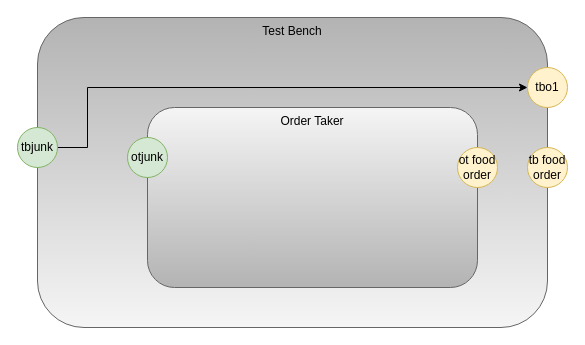
This is case3.drawio from guitarvydas/das2json, a draw.io file, before an edit. Source tidied: cells renumbered, new cells numbered last; positions are measured from the earlier drawing's top-left corner, leaving out a move shared by most shapes. Both pictures are drawn from the tidied source at 100%, with x=0, y=0 at pixel (17, 17).
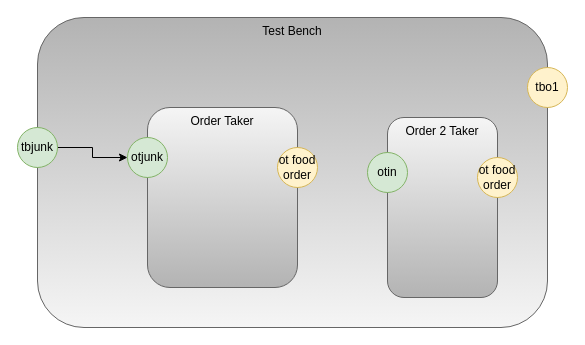
The same page after the edit.

Change to the diagram source:
```diff
@@
 <mxGraphModel>
   <root>
     <mxCell id="0" />
     <mxCell id="1" parent="0" />
     <mxCell id="2" value="Test Bench" style="rounded=1;whiteSpace=wrap;html=1;horizontal=1;verticalAlign=top;gradientColor=#b3b3b3;fillColor=#f5f5f5;strokeColor=#666666;gradientDirection=north;" parent="1" vertex="1">
       <mxGeometry x="20" width="510" height="310" as="geometry" />
     </mxCell>
     <mxCell id="3" value="Order Taker" style="rounded=1;whiteSpace=wrap;html=1;horizontal=1;verticalAlign=top;fillColor=#f5f5f5;strokeColor=#666666;gradientColor=#b3b3b3;" parent="1" vertex="1">
-      <mxGeometry x="130" y="90" width="330" height="180" as="geometry" />
+      <mxGeometry x="130" y="90" width="150" height="180" as="geometry" />
     </mxCell>
     <mxCell id="4" value="ot food order" style="ellipse;whiteSpace=wrap;html=1;fillColor=#fff2cc;strokeColor=#d6b656;" parent="1" vertex="1">
-      <mxGeometry x="440" y="130" width="40" height="40" as="geometry" />
+      <mxGeometry x="260" y="130" width="40" height="40" as="geometry" />
     </mxCell>
-    <mxCell id="5" value="tb food order" style="ellipse;whiteSpace=wrap;html=1;fillColor=#fff2cc;strokeColor=#d6b656;" parent="1" vertex="1">
-      <mxGeometry x="510" y="130" width="40" height="40" as="geometry" />
-    </mxCell>
-    <mxCell id="6" style="edgeStyle=orthogonalEdgeStyle;rounded=0;jettySize=auto;html=1;exitX=1;exitY=0.5;exitDx=0;exitDy=0;entryX=0;entryY=0.5;entryDx=0;entryDy=0;" parent="1" edge="1" source="7" target="9">
-      <mxGeometry relative="1" as="geometry">
-        <Array as="points">
-          <mxPoint x="70" y="130" />
-          <mxPoint x="70" y="70" />
-        </Array>
-      </mxGeometry>
-    </mxCell>
+    <mxCell id="10" style="edgeStyle=orthogonalEdgeStyle;rounded=0;jettySize=auto;html=1;exitX=1;exitY=0.5;exitDx=0;exitDy=0;" parent="1" edge="1" source="7" target="8">
+      <mxGeometry relative="1" as="geometry" />
+    </mxCell>
     <mxCell id="7" value="tbjunk" style="ellipse;whiteSpace=wrap;html=1;fillColor=#d5e8d4;strokeColor=#82b366;" parent="1" vertex="1">
       <mxGeometry y="110" width="40" height="40" as="geometry" />
     </mxCell>
     <mxCell id="8" value="otjunk" style="ellipse;whiteSpace=wrap;html=1;fillColor=#d5e8d4;strokeColor=#82b366;" parent="1" vertex="1">
       <mxGeometry x="110" y="120" width="40" height="40" as="geometry" />
     </mxCell>
     <mxCell id="9" value="tbo1" style="ellipse;whiteSpace=wrap;html=1;fillColor=#fff2cc;strokeColor=#d6b656;" parent="1" vertex="1">
       <mxGeometry x="510" y="50" width="40" height="40" as="geometry" />
     </mxCell>
+    <mxCell id="11" value="Order 2 Taker" style="rounded=1;whiteSpace=wrap;html=1;horizontal=1;verticalAlign=top;fillColor=#f5f5f5;strokeColor=#666666;gradientColor=#b3b3b3;" parent="1" vertex="1">
+      <mxGeometry x="370" y="100" width="110" height="180" as="geometry" />
+    </mxCell>
+    <mxCell id="12" value="ot food order" style="ellipse;whiteSpace=wrap;html=1;fillColor=#fff2cc;strokeColor=#d6b656;" parent="1" vertex="1">
+      <mxGeometry x="460" y="140" width="40" height="40" as="geometry" />
+    </mxCell>
+    <mxCell id="13" value="otin" style="ellipse;whiteSpace=wrap;html=1;fillColor=#d5e8d4;strokeColor=#82b366;" parent="1" vertex="1">
+      <mxGeometry x="350" y="135" width="40" height="40" as="geometry" />
+    </mxCell>
   </root>
 </mxGraphModel>
```
